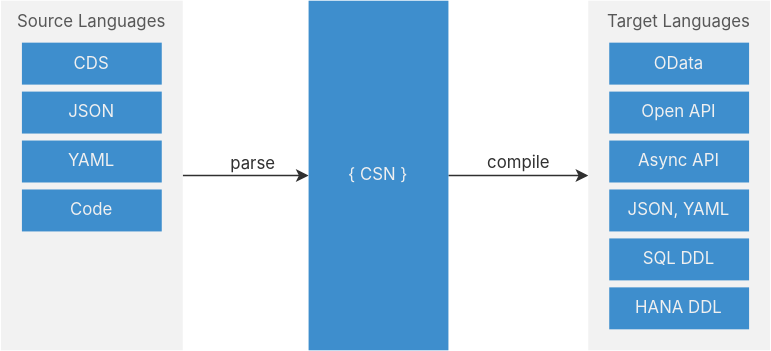
Before: cds/assets/csn.drawio.svg, a diagram exported from draw.io (cap-js/docs). Source tidied: cells renumbered, new cells last; positions are measured from the earlier drawing's top-left corner, leaving out a move shared by most shapes.
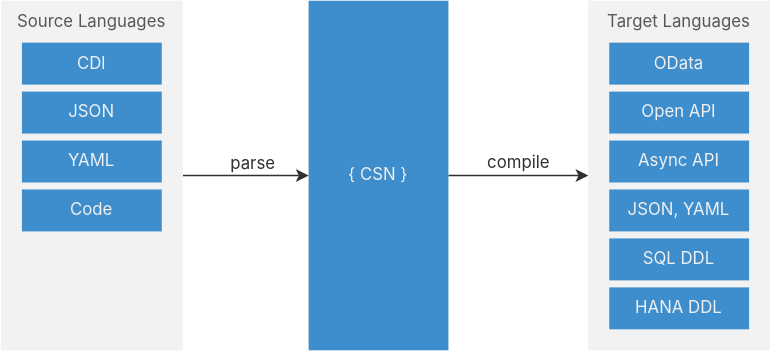
After the commit.

The edit, as a diff of the source:
```diff
@@ -11,7 +11,7 @@
     <mxCell id="4" style="rounded=0;whiteSpace=wrap;html=1;fillColor=#F2F2F2;strokeColor=none;fontFamily='Avenir Next', 'Inter var', 'Inter', Helvetica, Arial, sans-serif;spacingRight=0;spacingLeft=0;spacing=10;fontStyle=0;fontColor=#F0F0F0;" parent="1" vertex="1">
       <mxGeometry width="130" height="250" as="geometry" />
     </mxCell>
-    <mxCell id="5" value="CDS" style="rounded=0;whiteSpace=wrap;html=1;fillColor=#3E8ECD;strokeColor=none;fontFamily='Avenir Next', 'Inter var', 'Inter', Helvetica, Arial, sans-serif;spacingRight=0;spacingLeft=0;spacing=10;fontStyle=0;fontColor=#F0F0F0;fontSize=12;" parent="1" vertex="1">
+    <mxCell id="5" value="CDl" style="rounded=0;whiteSpace=wrap;html=1;fillColor=#3E8ECD;strokeColor=none;fontFamily='Avenir Next', 'Inter var', 'Inter', Helvetica, Arial, sans-serif;spacingRight=0;spacingLeft=0;spacing=10;fontStyle=0;fontColor=#F0F0F0;fontSize=12;" parent="1" vertex="1">
       <mxGeometry x="15" y="30" width="100" height="30" as="geometry" />
     </mxCell>
     <mxCell id="6" value="YAML" style="rounded=0;whiteSpace=wrap;html=1;fillColor=#3E8ECD;strokeColor=none;fontFamily='Avenir Next', 'Inter var', 'Inter', Helvetica, Arial, sans-serif;spacingRight=0;spacingLeft=0;spacing=10;fontColor=#F0F0F0;fontSize=12;" parent="1" vertex="1">
```
